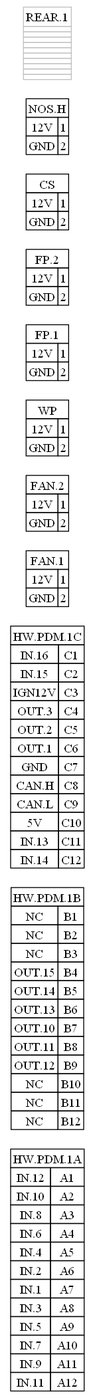
This is out.gv.png from cmjdev/wiregen, a Graphviz export, as it was before one commit. Its source is kept beside it as out.gv.
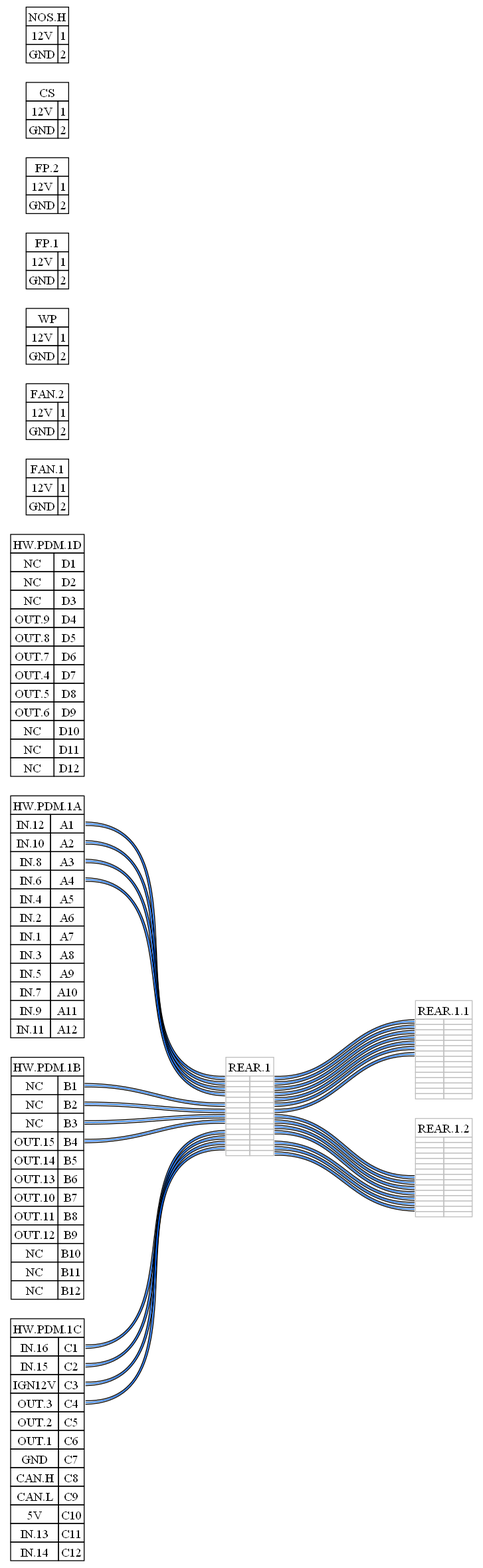
After the change.

What changed in the source:
```diff
@@ -6,6 +6,7 @@
 "HW.PDM.1A" [label = <<TABLE border="0" cellspacing="0" cellborder="1"><TR><TD colspan="2">HW.PDM.1A</TD></TR><TR><TD PORT="A1L">IN.12</TD><TD PORT="A1R">A1</TD></TR><TR><TD PORT="A2L">IN.10</TD><TD PORT="A2R">A2</TD></TR><TR><TD PORT="A3L">IN.8</TD><TD PORT="A3R">A3</TD></TR><TR><TD PORT="A4L">IN.6</TD><TD PORT="A4R">A4</TD></TR><TR><TD PORT="A5L">IN.4</TD><TD PORT="A5R">A5</TD></TR><TR><TD PORT="A6L">IN.2</TD><TD PORT="A6R">A6</TD></TR><TR><TD PORT="A7L">IN.1</TD><TD PORT="A7R">A7</TD></TR><TR><TD PORT="A8L">IN.3</TD><TD PORT="A8R">A8</TD></TR><TR><TD PORT="A9L">IN.5</TD><TD PORT="A9R">A9</TD></TR><TR><TD PORT="A10L">IN.7</TD><TD PORT="A10R">A10</TD></TR><TR><TD PORT="A11L">IN.9</TD><TD PORT="A11R">A11</TD></TR><TR><TD PORT="A12L">IN.11</TD><TD PORT="A12R">A12</TD></TR></TABLE>>];
 "HW.PDM.1B" [label = <<TABLE border="0" cellspacing="0" cellborder="1"><TR><TD colspan="2">HW.PDM.1B</TD></TR><TR><TD PORT="B1L">NC</TD><TD PORT="B1R">B1</TD></TR><TR><TD PORT="B2L">NC</TD><TD PORT="B2R">B2</TD></TR><TR><TD PORT="B3L">NC</TD><TD PORT="B3R">B3</TD></TR><TR><TD PORT="B4L">OUT.15</TD><TD PORT="B4R">B4</TD></TR><TR><TD PORT="B5L">OUT.14</TD><TD PORT="B5R">B5</TD></TR><TR><TD PORT="B6L">OUT.13</TD><TD PORT="B6R">B6</TD></TR><TR><TD PORT="B7L">OUT.10</TD><TD PORT="B7R">B7</TD></TR><TR><TD PORT="B8L">OUT.11</TD><TD PORT="B8R">B8</TD></TR><TR><TD PORT="B9L">OUT.12</TD><TD PORT="B9R">B9</TD></TR><TR><TD PORT="B10L">NC</TD><TD PORT="B10R">B10</TD></TR><TR><TD PORT="B11L">NC</TD><TD PORT="B11R">B11</TD></TR><TR><TD PORT="B12L">NC</TD><TD PORT="B12R">B12</TD></TR></TABLE>>];
 "HW.PDM.1C" [label = <<TABLE border="0" cellspacing="0" cellborder="1"><TR><TD colspan="2">HW.PDM.1C</TD></TR><TR><TD PORT="C1L">IN.16</TD><TD PORT="C1R">C1</TD></TR><TR><TD PORT="C2L">IN.15</TD><TD PORT="C2R">C2</TD></TR><TR><TD PORT="C3L">IGN12V</TD><TD PORT="C3R">C3</TD></TR><TR><TD PORT="C4L">OUT.3</TD><TD PORT="C4R">C4</TD></TR><TR><TD PORT="C5L">OUT.2</TD><TD PORT="C5R">C5</TD></TR><TR><TD PORT="C6L">OUT.1</TD><TD PORT="C6R">C6</TD></TR><TR><TD PORT="C7L">GND</TD><TD PORT="C7R">C7</TD></TR><TR><TD PORT="C8L">CAN.H</TD><TD PORT="C8R">C8</TD></TR><TR><TD PORT="C9L">CAN.L</TD><TD PORT="C9R">C9</TD></TR><TR><TD PORT="C10L">5V</TD><TD PORT="C10R">C10</TD></TR><TR><TD PORT="C11L">IN.13</TD><TD PORT="C11R">C11</TD></TR><TR><TD PORT="C12L">IN.14</TD><TD PORT="C12R">C12</TD></TR></TABLE>>];
+"HW.PDM.1D" [label = <<TABLE border="0" cellspacing="0" cellborder="1"><TR><TD colspan="2">HW.PDM.1D</TD></TR><TR><TD PORT="D1L">NC</TD><TD PORT="D1R">D1</TD></TR><TR><TD PORT="D2L">NC</TD><TD PORT="D2R">D2</TD></TR><TR><TD PORT="D3L">NC</TD><TD PORT="D3R">D3</TD></TR><TR><TD PORT="D4L">OUT.9</TD><TD PORT="D4R">D4</TD></TR><TR><TD PORT="D5L">OUT.8</TD><TD PORT="D5R">D5</TD></TR><TR><TD PORT="D6L">OUT.7</TD><TD PORT="D6R">D6</TD></TR><TR><TD PORT="D7L">OUT.4</TD><TD PORT="D7R">D7</TD></TR><TR><TD PORT="D8L">OUT.5</TD><TD PORT="D8R">D8</TD></TR><TR><TD PORT="D9L">OUT.6</TD><TD PORT="D9R">D9</TD></TR><TR><TD PORT="D10L">NC</TD><TD PORT="D10R">D10</TD></TR><TR><TD PORT="D11L">NC</TD><TD PORT="D11R">D11</TD></TR><TR><TD PORT="D12L">NC</TD><TD PORT="D12R">D12</TD></TR></TABLE>>];
 "FAN.1" [label = <<TABLE border="0" cellspacing="0" cellborder="1"><TR><TD colspan="2">FAN.1</TD></TR><TR><TD PORT="1L">12V</TD><TD PORT="1R">1</TD></TR><TR><TD PORT="2L">GND</TD><TD PORT="2R">2</TD></TR></TABLE>>];
 "FAN.2" [label = <<TABLE border="0" cellspacing="0" cellborder="1"><TR><TD colspan="2">FAN.2</TD></TR><TR><TD PORT="1L">12V</TD><TD PORT="1R">1</TD></TR><TR><TD PORT="2L">GND</TD><TD PORT="2R">2</TD></TR></TABLE>>];
 "WP" [label = <<TABLE border="0" cellspacing="0" cellborder="1"><TR><TD colspan="2">WP</TD></TR><TR><TD PORT="1L">12V</TD><TD PORT="1R">1</TD></TR><TR><TD PORT="2L">GND</TD><TD PORT="2R">2</TD></TR></TABLE>>];
@@ -13,5 +14,33 @@
 "FP.2" [label = <<TABLE border="0" cellspacing="0" cellborder="1"><TR><TD colspan="2">FP.2</TD></TR><TR><TD PORT="1L">12V</TD><TD PORT="1R">1</TD></TR><TR><TD PORT="2L">GND</TD><TD PORT="2R">2</TD></TR></TABLE>>];
 "CS" [label = <<TABLE border="0" cellspacing="0" cellborder="1"><TR><TD colspan="2">CS</TD></TR><TR><TD PORT="1L">12V</TD><TD PORT="1R">1</TD></TR><TR><TD PORT="2L">GND</TD><TD PORT="2R">2</TD></TR></TABLE>>];
 "NOS.H" [label = <<TABLE border="0" cellspacing="0" cellborder="1"><TR><TD colspan="2">NOS.H</TD></TR><TR><TD PORT="1L">12V</TD><TD PORT="1R">1</TD></TR><TR><TD PORT="2L">GND</TD><TD PORT="2R">2</TD></TR></TABLE>>];
-"REAR.1" [label = <<TABLE border="0" cellspacing="0" color="grey" cellborder="1"><TR><TD>REAR.1</TD></TR><TR><TD PORT="0"></TD></TR><TR><TD PORT="1"></TD></TR><TR><TD PORT="2"></TD></TR><TR><TD PORT="3"></TD></TR><TR><TD PORT="4"></TD></TR><TR><TD PORT="5"></TD></TR><TR><TD PORT="6"></TD></TR><TR><TD PORT="7"></TD></TR><TR><TD PORT="8"></TD></TR><TR><TD PORT="9"></TD></TR></TABLE>>];
+"REAR.1" [label = <<TABLE border="0" cellspacing="0" color="grey" cellborder="1"><TR><TD colspan="2">REAR.1</TD></TR><TR><TD PORT="0L"></TD><TD PORT="0R"></TD></TR><TR><TD PORT="1L"></TD><TD PORT="1R"></TD></TR><TR><TD PORT="2L"></TD><TD PORT="2R"></TD></TR><TR><TD PORT="3L"></TD><TD PORT="3R"></TD></TR><TR><TD PORT="4L"></TD><TD PORT="4R"></TD></TR><TR><TD PORT="5L"></TD><TD PORT="5R"></TD></TR><TR><TD PORT="6L"></TD><TD PORT="6R"></TD></TR><TR><TD PORT="7L"></TD><TD PORT="7R"></TD></TR><TR><TD PORT="8L"></TD><TD PORT="8R"></TD></TR><TR><TD PORT="9L"></TD><TD PORT="9R"></TD></TR><TR><TD PORT="10L"></TD><TD PORT="10R"></TD></TR><TR><TD PORT="11L"></TD><TD PORT="11R"></TD></TR><TR><TD PORT="12L"></TD><TD PORT="12R"></TD></TR><TR><TD PORT="13L"></TD><TD PORT="13R"></TD></TR><TR><TD PORT="14L"></TD><TD PORT="14R"></TD></TR></TABLE>>];
+"REAR.1.1" [label = <<TABLE border="0" cellspacing="0" color="grey" cellborder="1"><TR><TD colspan="2">REAR.1.1</TD></TR><TR><TD PORT="0L"></TD><TD PORT="0R"></TD></TR><TR><TD PORT="1L"></TD><TD PORT="1R"></TD></TR><TR><TD PORT="2L"></TD><TD PORT="2R"></TD></TR><TR><TD PORT="3L"></TD><TD PORT="3R"></TD></TR><TR><TD PORT="4L"></TD><TD PORT="4R"></TD></TR><TR><TD PORT="5L"></TD><TD PORT="5R"></TD></TR><TR><TD PORT="6L"></TD><TD PORT="6R"></TD></TR><TR><TD PORT="7L"></TD><TD PORT="7R"></TD></TR><TR><TD PORT="8L"></TD><TD PORT="8R"></TD></TR><TR><TD PORT="9L"></TD><TD PORT="9R"></TD></TR><TR><TD PORT="10L"></TD><TD PORT="10R"></TD></TR><TR><TD PORT="11L"></TD><TD PORT="11R"></TD></TR><TR><TD PORT="12L"></TD><TD PORT="12R"></TD></TR><TR><TD PORT="13L"></TD><TD PORT="13R"></TD></TR><TR><TD PORT="14L"></TD><TD PORT="14R"></TD></TR></TABLE>>];
+"REAR.1.2" [label = <<TABLE border="0" cellspacing="0" color="grey" cellborder="1"><TR><TD colspan="2">REAR.1.2</TD></TR><TR><TD PORT="0L"></TD><TD PORT="0R"></TD></TR><TR><TD PORT="1L"></TD><TD PORT="1R"></TD></TR><TR><TD PORT="2L"></TD><TD PORT="2R"></TD></TR><TR><TD PORT="3L"></TD><TD PORT="3R"></TD></TR><TR><TD PORT="4L"></TD><TD PORT="4R"></TD></TR><TR><TD PORT="5L"></TD><TD PORT="5R"></TD></TR><TR><TD PORT="6L"></TD><TD PORT="6R"></TD></TR><TR><TD PORT="7L"></TD><TD PORT="7R"></TD></TR><TR><TD PORT="8L"></TD><TD PORT="8R"></TD></TR><TR><TD PORT="9L"></TD><TD PORT="9R"></TD></TR><TR><TD PORT="10L"></TD><TD PORT="10R"></TD></TR><TR><TD PORT="11L"></TD><TD PORT="11R"></TD></TR><TR><TD PORT="12L"></TD><TD PORT="12R"></TD></TR><TR><TD PORT="13L"></TD><TD PORT="13R"></TD></TR><TR><TD PORT="14L"></TD><TD PORT="14R"></TD></TR></TABLE>>];
+"HW.PDM.1A":"A1R" -- "REAR.1":"0L"
+"HW.PDM.1A":"A2R" -- "REAR.1":"1L"
+"HW.PDM.1A":"A3R" -- "REAR.1":"2L"
+"HW.PDM.1A":"A4R" -- "REAR.1":"3L"
+"HW.PDM.1B":"B1R" -- "REAR.1":"5L"
+"HW.PDM.1B":"B2R" -- "REAR.1":"6L"
+"HW.PDM.1B":"B3R" -- "REAR.1":"7L"
+"HW.PDM.1B":"B4R" -- "REAR.1":"8L"
+"HW.PDM.1C":"C1R" -- "REAR.1":"10L"
+"HW.PDM.1C":"C2R" -- "REAR.1":"11L"
+"HW.PDM.1C":"C3R" -- "REAR.1":"12L"
+"HW.PDM.1C":"C4R" -- "REAR.1":"13L"
+"REAR.1":"0R" -- "REAR.1.1":"0L"
+"REAR.1":"1R" -- "REAR.1.1":"1L"
+"REAR.1":"2R" -- "REAR.1.1":"2L"
+"REAR.1":"3R" -- "REAR.1.1":"3L"
+"REAR.1":"4R" -- "REAR.1.1":"4L"
+"REAR.1":"5R" -- "REAR.1.1":"5L"
+"REAR.1":"6R" -- "REAR.1.1":"6L"
+"REAR.1":"7R" -- "REAR.1.2":"7L"
+"REAR.1":"8R" -- "REAR.1.2":"8L"
+"REAR.1":"9R" -- "REAR.1.2":"9L"
+"REAR.1":"10R" -- "REAR.1.2":"10L"
+"REAR.1":"12R" -- "REAR.1.2":"11L"
+"REAR.1":"13R" -- "REAR.1.2":"12L"
+"REAR.1":"14R" -- "REAR.1.2":"13L"
 }
```
